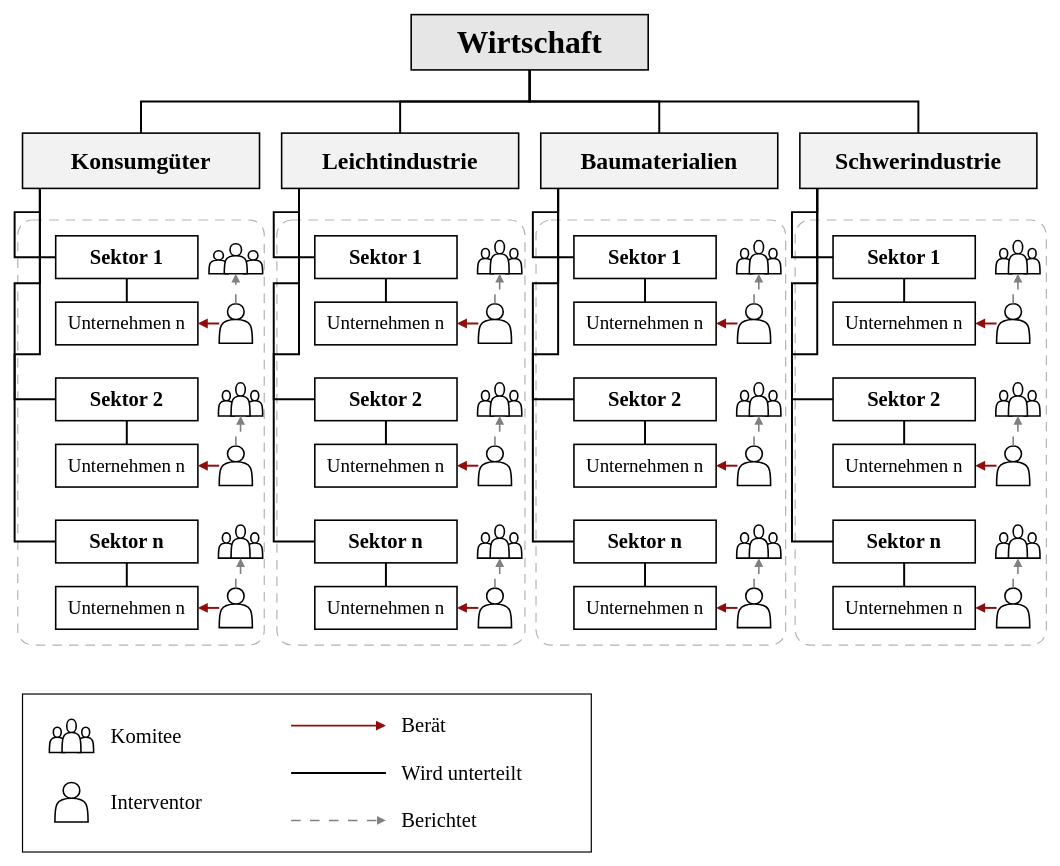
Before: abbildungen/CORFO-Hierachie.drawio in LevinTheDoctor/fom-typst-template, a draw.io diagram. Source tidied: cells renumbered, new cells numbered last; positions are measured from the earlier drawing's top-left corner, leaving out a move shared by most shapes. Both pictures are drawn from the tidied source at 79%, with x=0, y=0 at pixel (17, 14). Pictures stored in the file or linked from it are replaced by grey dashed boxes.
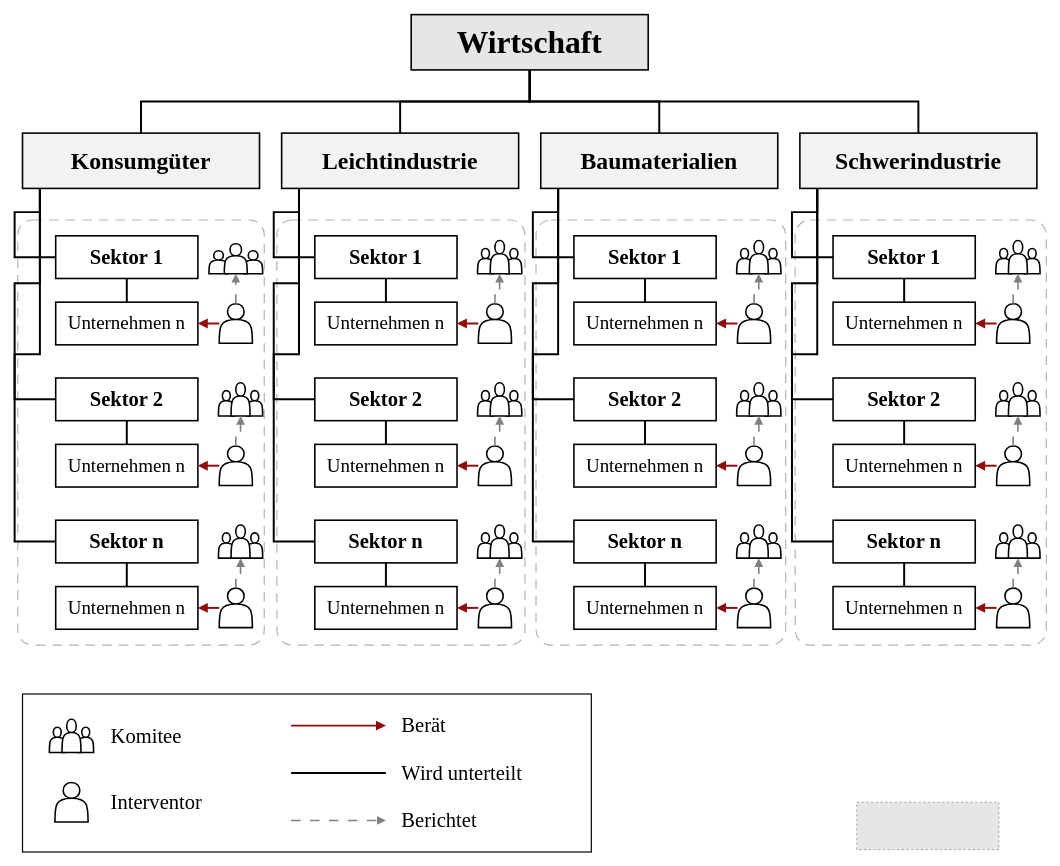
The same page after the edit.

The edit, as a diff of the source:
```diff
@@
+    <mxCell id="161" style="fillColor=#E6E6E6;strokeColor=#999999;dashed=1;verticalLabelPosition=bottom;labelBackgroundColor=default;verticalAlign=top;" parent="1" vertex="1">
+      <mxGeometry x="1062" y="997" width="180" height="60" as="geometry" />
+    </mxCell>
```
